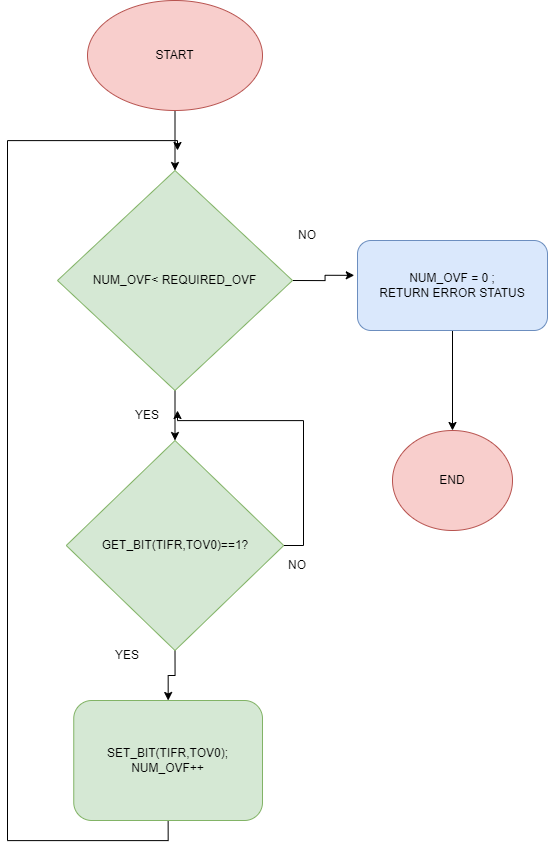
Above: Sprints_tasks/6- Embedded Systems Level 1/4- LED sequence V3.0/Design and Decumentation/APIS Design/5 - TIMER/TIMER_0_SETOVF.png in Elpolaky/Sprints (draw.io), before the change. Source tidied: cells renumbered, new cells last; positions are measured from the earlier drawing's top-left corner, leaving out a move shared by most shapes.
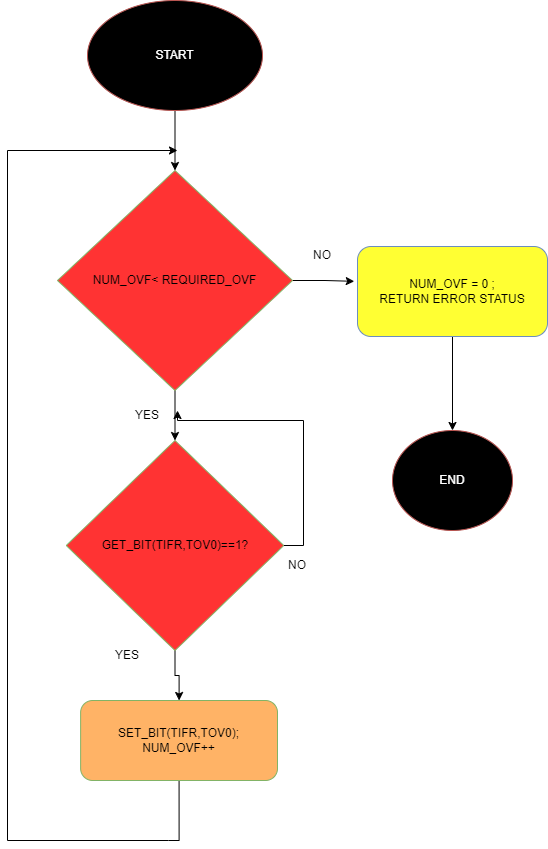
The same diagram one commit later.

What changed in the source:
```diff
@@ -5,7 +5,7 @@
     <mxCell id="2" style="edgeStyle=orthogonalEdgeStyle;rounded=0;jettySize=auto;html=1;entryX=0.5;entryY=0;entryDx=0;entryDy=0;" parent="1" edge="1" source="3" target="6">
       <mxGeometry relative="1" as="geometry" />
     </mxCell>
-    <mxCell id="3" value="START" style="ellipse;whiteSpace=wrap;html=1;fillColor=#f8cecc;strokeColor=#b85450;" parent="1" vertex="1">
+    <mxCell id="3" value="&lt;font color=&quot;#ffffff&quot;&gt;START&lt;/font&gt;" style="ellipse;whiteSpace=wrap;html=1;fillColor=#000000;strokeColor=#b85450;" parent="1" vertex="1">
       <mxGeometry x="80" width="175" height="110" as="geometry" />
     </mxCell>
     <mxCell id="4" style="edgeStyle=orthogonalEdgeStyle;rounded=0;jettySize=auto;html=1;exitX=0.5;exitY=1;exitDx=0;exitDy=0;entryX=0.5;entryY=0;entryDx=0;entryDy=0;" parent="1" edge="1" source="6" target="9">
@@ -14,7 +14,7 @@
     <mxCell id="5" style="edgeStyle=orthogonalEdgeStyle;rounded=0;jettySize=auto;html=1;exitX=1;exitY=0.5;exitDx=0;exitDy=0;entryX=-0.017;entryY=0.387;entryDx=0;entryDy=0;entryPerimeter=0;" parent="1" edge="1" source="6" target="13">
       <mxGeometry relative="1" as="geometry" />
     </mxCell>
-    <mxCell id="6" value="NUM_OVF&amp;lt; REQUIRED_OVF" style="rhombus;whiteSpace=wrap;html=1;fillColor=#d5e8d4;strokeColor=#82b366;" parent="1" vertex="1">
+    <mxCell id="6" value="NUM_OVF&amp;lt; REQUIRED_OVF" style="rhombus;whiteSpace=wrap;html=1;fillColor=#FF3333;strokeColor=#82b366;" parent="1" vertex="1">
       <mxGeometry x="50" y="170" width="235" height="220" as="geometry" />
     </mxCell>
     <mxCell id="7" style="edgeStyle=orthogonalEdgeStyle;rounded=0;jettySize=auto;html=1;exitX=0.5;exitY=1;exitDx=0;exitDy=0;" parent="1" edge="1" source="9" target="11">
@@ -30,7 +30,7 @@
         </Array>
       </mxGeometry>
     </mxCell>
-    <mxCell id="9" value="GET_BIT(TIFR,TOV0)==1?" style="rhombus;whiteSpace=wrap;html=1;fillColor=#d5e8d4;strokeColor=#82b366;" parent="1" vertex="1">
+    <mxCell id="9" value="GET_BIT(TIFR,TOV0)==1?" style="rhombus;whiteSpace=wrap;html=1;fillColor=#FF3333;strokeColor=#82b366;" parent="1" vertex="1">
       <mxGeometry x="58.8" y="440" width="217.5" height="210" as="geometry" />
     </mxCell>
     <mxCell id="10" style="edgeStyle=orthogonalEdgeStyle;rounded=0;jettySize=auto;html=1;exitX=0.5;exitY=1;exitDx=0;exitDy=0;" parent="1" edge="1" source="11">
@@ -43,16 +43,16 @@
         </Array>
       </mxGeometry>
     </mxCell>
-    <mxCell id="11" value="SET_BIT(TIFR,TOV0);&lt;br&gt;NUM_OVF++" style="rounded=1;whiteSpace=wrap;html=1;fillColor=#d5e8d4;strokeColor=#82b366;" parent="1" vertex="1">
-      <mxGeometry x="66.2" y="700" width="188.8" height="120" as="geometry" />
+    <mxCell id="11" value="SET_BIT(TIFR,TOV0);&lt;br&gt;NUM_OVF++" style="rounded=1;whiteSpace=wrap;html=1;fillColor=#FFB366;strokeColor=#82b366;" parent="1" vertex="1">
+      <mxGeometry x="73.1" y="700" width="196.9" height="80" as="geometry" />
     </mxCell>
     <mxCell id="12" style="edgeStyle=orthogonalEdgeStyle;rounded=0;jettySize=auto;html=1;entryX=0.5;entryY=0;entryDx=0;entryDy=0;" parent="1" edge="1" source="13" target="14">
       <mxGeometry relative="1" as="geometry" />
     </mxCell>
-    <mxCell id="13" value="NUM_OVF = 0 ;&lt;br&gt;RETURN ERROR STATUS" style="rounded=1;whiteSpace=wrap;html=1;fillColor=#dae8fc;strokeColor=#6c8ebf;" parent="1" vertex="1">
-      <mxGeometry x="350" y="240" width="190" height="90" as="geometry" />
+    <mxCell id="13" value="NUM_OVF = 0 ;&lt;br&gt;RETURN ERROR STATUS" style="rounded=1;whiteSpace=wrap;html=1;fillColor=#FFFF33;strokeColor=#6c8ebf;" parent="1" vertex="1">
+      <mxGeometry x="350" y="246" width="190" height="90" as="geometry" />
     </mxCell>
-    <mxCell id="14" value="END" style="ellipse;whiteSpace=wrap;html=1;fillColor=#f8cecc;strokeColor=#b85450;" parent="1" vertex="1">
+    <mxCell id="14" value="&lt;font color=&quot;#ffffff&quot;&gt;END&lt;/font&gt;" style="ellipse;whiteSpace=wrap;html=1;fillColor=#000000;strokeColor=#b85450;" parent="1" vertex="1">
       <mxGeometry x="385" y="430" width="120" height="100" as="geometry" />
     </mxCell>
     <mxCell id="15" value="YES" style="text;html=1;strokeColor=none;fillColor=none;align=center;verticalAlign=middle;whiteSpace=wrap;rounded=0;" parent="1" vertex="1">
@@ -62,7 +62,7 @@
       <mxGeometry x="90" y="640" width="60" height="30" as="geometry" />
     </mxCell>
     <mxCell id="17" value="NO" style="text;html=1;strokeColor=none;fillColor=none;align=center;verticalAlign=middle;whiteSpace=wrap;rounded=0;" parent="1" vertex="1">
-      <mxGeometry x="270" y="220" width="60" height="30" as="geometry" />
+      <mxGeometry x="285" y="240" width="60" height="30" as="geometry" />
     </mxCell>
     <mxCell id="18" value="NO" style="text;html=1;strokeColor=none;fillColor=none;align=center;verticalAlign=middle;whiteSpace=wrap;rounded=0;" parent="1" vertex="1">
       <mxGeometry x="260" y="550" width="60" height="30" as="geometry" />
```
